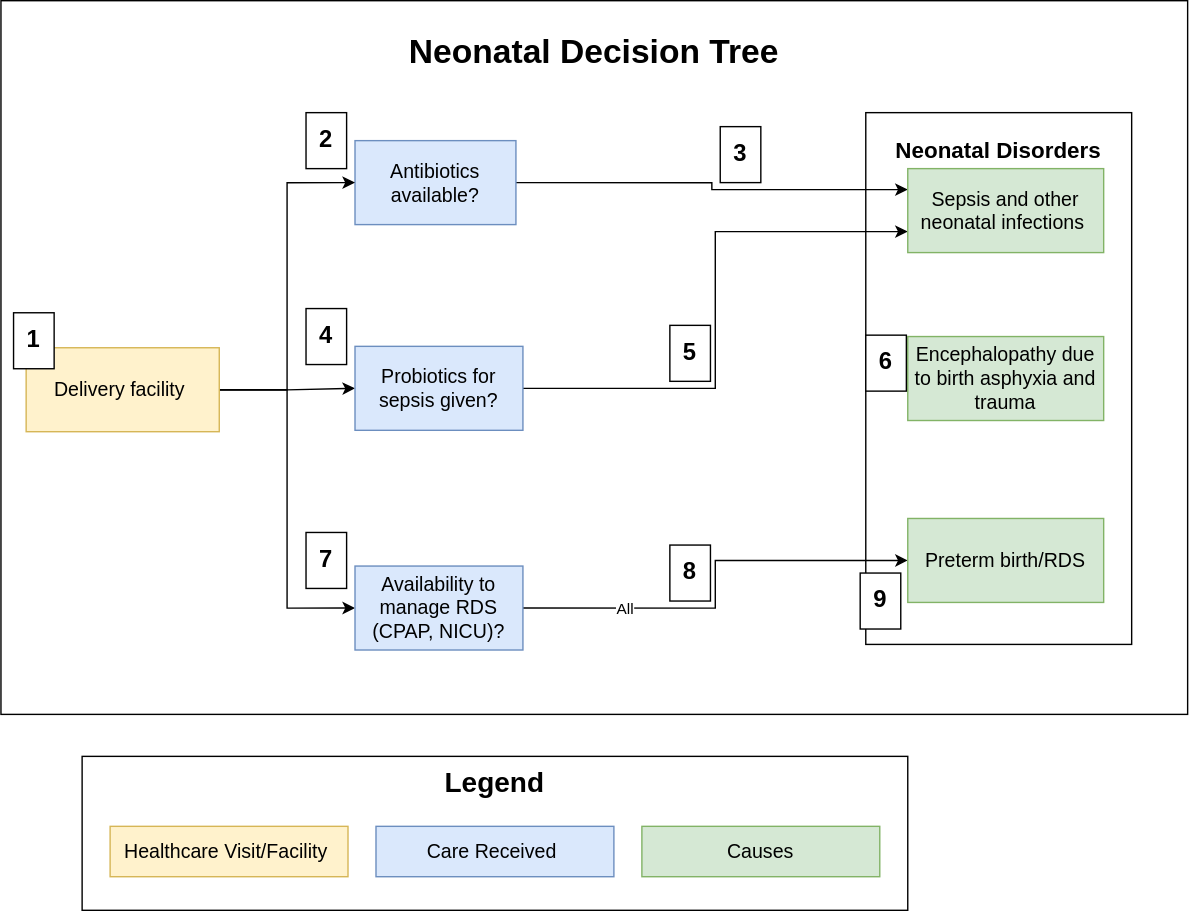
Above: docs/source/models/concept_models/vivarium_mncnh_portfolio/neonatal_decision_tree_vr.svg in ihmeuw/vivarium_research (draw.io), before the change. Source tidied: cells renumbered, new cells last; positions are measured from the earlier drawing's top-left corner, leaving out a move shared by most shapes. The source it was exported from:
```xml
<mxGraphModel>
  <root>
    <mxCell id="0" />
    <mxCell id="1" parent="0" />
    <mxCell id="2" value="&lt;h1&gt;&lt;font&gt;Neonatal Decision Tree&lt;/font&gt;&lt;/h1&gt;" style="whiteSpace=wrap;html=1;hachureGap=4;fontFamily=Helvetica;horizontal=1;verticalAlign=top;" parent="1" vertex="1">
      <mxGeometry width="848" height="510" as="geometry" />
    </mxCell>
    <mxCell id="3" value="&lt;h1 style=&quot;font-size: 16px;&quot;&gt;&lt;font style=&quot;font-size: 16px;&quot;&gt;Neonatal Disorders&lt;/font&gt;&lt;/h1&gt;" style="whiteSpace=wrap;html=1;hachureGap=4;fontFamily=Helvetica;horizontal=1;verticalAlign=top;fontStyle=0;fontSize=16;" parent="1" vertex="1">
      <mxGeometry x="618" y="80" width="190" height="380" as="geometry" />
    </mxCell>
    <mxCell id="4" style="edgeStyle=orthogonalEdgeStyle;rounded=0;jettySize=auto;html=1;exitX=1;exitY=0.5;exitDx=0;exitDy=0;entryX=0;entryY=0.25;entryDx=0;entryDy=0;" parent="1" edge="1" source="5" target="22">
      <mxGeometry relative="1" as="geometry" />
    </mxCell>
    <mxCell id="5" value="&lt;span style=&quot;font-size: 14px;&quot;&gt;Antibiotics available?&lt;/span&gt;" style="whiteSpace=wrap;html=1;hachureGap=4;fontFamily=Helvetica;fillColor=#dae8fc;strokeColor=#6c8ebf;" parent="1" vertex="1">
      <mxGeometry x="253" y="100" width="115" height="60" as="geometry" />
    </mxCell>
    <mxCell id="6" style="edgeStyle=orthogonalEdgeStyle;rounded=0;jettySize=auto;html=1;exitX=1;exitY=0.5;exitDx=0;exitDy=0;entryX=0;entryY=0.5;entryDx=0;entryDy=0;" parent="1" edge="1" source="9" target="5">
      <mxGeometry relative="1" as="geometry" />
    </mxCell>
    <mxCell id="7" style="edgeStyle=orthogonalEdgeStyle;rounded=0;jettySize=auto;html=1;exitX=1;exitY=0.5;exitDx=0;exitDy=0;entryX=0;entryY=0.5;entryDx=0;entryDy=0;" parent="1" edge="1" source="9" target="11">
      <mxGeometry relative="1" as="geometry" />
    </mxCell>
    <mxCell id="8" style="edgeStyle=orthogonalEdgeStyle;rounded=0;jettySize=auto;html=1;exitX=1;exitY=0.5;exitDx=0;exitDy=0;entryX=0;entryY=0.5;entryDx=0;entryDy=0;" parent="1" edge="1" source="9" target="19">
      <mxGeometry relative="1" as="geometry" />
    </mxCell>
    <mxCell id="9" value="&lt;font style=&quot;font-size: 14px;&quot;&gt;Delivery facility&amp;nbsp;&lt;/font&gt;" style="whiteSpace=wrap;html=1;hachureGap=4;fontFamily=Helvetica;fillColor=#fff2cc;strokeColor=#d6b656;" parent="1" vertex="1">
      <mxGeometry x="18" y="248" width="138" height="60" as="geometry" />
    </mxCell>
    <mxCell id="10" style="edgeStyle=orthogonalEdgeStyle;rounded=0;jettySize=auto;html=1;exitX=1;exitY=0.5;exitDx=0;exitDy=0;entryX=0;entryY=0.75;entryDx=0;entryDy=0;" parent="1" edge="1" source="11" target="22">
      <mxGeometry relative="1" as="geometry" />
    </mxCell>
    <mxCell id="11" value="&lt;span style=&quot;font-size: 14px;&quot;&gt;Probiotics for sepsis given?&lt;/span&gt;" style="whiteSpace=wrap;html=1;hachureGap=4;fontFamily=Helvetica;fillColor=#dae8fc;strokeColor=#6c8ebf;" parent="1" vertex="1">
      <mxGeometry x="253" y="247" width="120" height="60" as="geometry" />
    </mxCell>
    <mxCell id="12" style="group;" parent="1" vertex="1">
      <mxGeometry x="58" y="540" width="778" height="110" as="geometry" />
    </mxCell>
    <mxCell id="13" value="&lt;div&gt;&lt;font style=&quot;&quot; size=&quot;1&quot;&gt;&lt;b style=&quot;font-size: 20px;&quot;&gt;Legend&lt;/b&gt;&lt;/font&gt;&lt;/div&gt;" style="whiteSpace=wrap;html=1;hachureGap=4;fontFamily=Helvetica;horizontal=1;verticalAlign=top;" parent="12" vertex="1">
      <mxGeometry width="590" height="110" as="geometry" />
    </mxCell>
    <mxCell id="14" value="&lt;font style=&quot;font-size: 14px;&quot;&gt;Healthcare Visit/Facility&amp;nbsp;&lt;/font&gt;" style="whiteSpace=wrap;html=1;hachureGap=4;fontFamily=Helvetica;fillColor=#fff2cc;strokeColor=#d6b656;" parent="12" vertex="1">
      <mxGeometry x="20" y="50" width="170" height="36" as="geometry" />
    </mxCell>
    <mxCell id="15" value="&lt;font style=&quot;font-size: 14px;&quot;&gt;Care Received&amp;nbsp;&lt;/font&gt;" style="whiteSpace=wrap;html=1;hachureGap=4;fontFamily=Helvetica;fillColor=#dae8fc;strokeColor=#6c8ebf;" parent="12" vertex="1">
      <mxGeometry x="210" y="50" width="170" height="36" as="geometry" />
    </mxCell>
    <mxCell id="16" value="&lt;span style=&quot;font-size: 14px;&quot;&gt;Causes&lt;/span&gt;" style="whiteSpace=wrap;html=1;hachureGap=4;fontFamily=Helvetica;fillColor=#d5e8d4;strokeColor=#82b366;" parent="12" vertex="1">
      <mxGeometry x="400" y="50" width="170" height="36" as="geometry" />
    </mxCell>
    <mxCell id="17" style="edgeStyle=orthogonalEdgeStyle;rounded=0;jettySize=auto;html=1;exitX=1;exitY=0.5;exitDx=0;exitDy=0;entryX=0;entryY=0.5;entryDx=0;entryDy=0;" parent="1" edge="1" source="19" target="20">
      <mxGeometry relative="1" as="geometry" />
    </mxCell>
    <mxCell id="18" value="All" style="edgeLabel;html=1;align=center;verticalAlign=middle;" parent="17" vertex="1">
      <mxGeometry x="-0.54" relative="1" as="geometry">
        <mxPoint x="1" as="offset" />
      </mxGeometry>
    </mxCell>
    <mxCell id="19" value="&lt;span style=&quot;font-size: 14px;&quot;&gt;Availability to manage RDS (CPAP, NICU)?&lt;/span&gt;" style="whiteSpace=wrap;html=1;hachureGap=4;fontFamily=Helvetica;fillColor=#dae8fc;strokeColor=#6c8ebf;" parent="1" vertex="1">
      <mxGeometry x="253" y="404" width="120" height="60" as="geometry" />
    </mxCell>
    <mxCell id="20" value="&lt;font style=&quot;font-size: 14px;&quot;&gt;Preterm birth/RDS&lt;/font&gt;" style="whiteSpace=wrap;html=1;hachureGap=4;fontFamily=Helvetica;fillColor=#d5e8d4;strokeColor=#82b366;" parent="1" vertex="1">
      <mxGeometry x="648" y="370" width="140" height="60" as="geometry" />
    </mxCell>
    <mxCell id="21" value="&lt;font style=&quot;font-size: 14px;&quot;&gt;Encephalopathy due to birth asphyxia and trauma&lt;/font&gt;" style="whiteSpace=wrap;html=1;hachureGap=4;fontFamily=Helvetica;fillColor=#d5e8d4;strokeColor=#82b366;" parent="1" vertex="1">
      <mxGeometry x="648" y="240" width="140" height="60" as="geometry" />
    </mxCell>
    <mxCell id="22" value="&lt;font style=&quot;font-size: 14px;&quot;&gt;Sepsis and other neonatal infections&amp;nbsp;&lt;/font&gt;" style="whiteSpace=wrap;html=1;hachureGap=4;fontFamily=Helvetica;fillColor=#d5e8d4;strokeColor=#82b366;" parent="1" vertex="1">
      <mxGeometry x="648" y="120" width="140" height="60" as="geometry" />
    </mxCell>
    <mxCell id="23" value="&lt;b&gt;&lt;font style=&quot;font-size: 17px;&quot;&gt;1&lt;/font&gt;&lt;/b&gt;" style="whiteSpace=wrap;html=1;hachureGap=4;fontFamily=Helvetica;" parent="1" vertex="1">
      <mxGeometry x="9" y="223" width="29" height="40" as="geometry" />
    </mxCell>
    <mxCell id="24" value="&lt;b&gt;&lt;font style=&quot;font-size: 17px;&quot;&gt;2&lt;/font&gt;&lt;/b&gt;" style="whiteSpace=wrap;html=1;hachureGap=4;fontFamily=Helvetica;" parent="1" vertex="1">
      <mxGeometry x="218" y="80" width="29" height="40" as="geometry" />
    </mxCell>
    <mxCell id="25" value="&lt;b&gt;&lt;font style=&quot;font-size: 17px;&quot;&gt;4&lt;/font&gt;&lt;/b&gt;" style="whiteSpace=wrap;html=1;hachureGap=4;fontFamily=Helvetica;" parent="1" vertex="1">
      <mxGeometry x="218" y="220" width="29" height="40" as="geometry" />
    </mxCell>
    <mxCell id="26" value="&lt;b&gt;&lt;font style=&quot;font-size: 17px;&quot;&gt;7&lt;/font&gt;&lt;/b&gt;" style="whiteSpace=wrap;html=1;hachureGap=4;fontFamily=Helvetica;" parent="1" vertex="1">
      <mxGeometry x="218" y="380" width="29" height="40" as="geometry" />
    </mxCell>
    <mxCell id="27" value="&lt;b&gt;&lt;font style=&quot;font-size: 17px;&quot;&gt;3&lt;/font&gt;&lt;/b&gt;" style="whiteSpace=wrap;html=1;hachureGap=4;fontFamily=Helvetica;" parent="1" vertex="1">
      <mxGeometry x="514" y="90" width="29" height="40" as="geometry" />
    </mxCell>
    <mxCell id="28" value="&lt;b&gt;&lt;font style=&quot;font-size: 17px;&quot;&gt;5&lt;/font&gt;&lt;/b&gt;" style="whiteSpace=wrap;html=1;hachureGap=4;fontFamily=Helvetica;" parent="1" vertex="1">
      <mxGeometry x="478" y="232" width="29" height="40" as="geometry" />
    </mxCell>
    <mxCell id="29" value="&lt;b&gt;&lt;font style=&quot;font-size: 17px;&quot;&gt;6&lt;/font&gt;&lt;/b&gt;" style="whiteSpace=wrap;html=1;hachureGap=4;fontFamily=Helvetica;" parent="1" vertex="1">
      <mxGeometry x="618" y="239" width="29" height="40" as="geometry" />
    </mxCell>
    <mxCell id="30" value="&lt;b&gt;&lt;font style=&quot;font-size: 17px;&quot;&gt;8&lt;/font&gt;&lt;/b&gt;" style="whiteSpace=wrap;html=1;hachureGap=4;fontFamily=Helvetica;" parent="1" vertex="1">
      <mxGeometry x="478" y="389" width="29" height="40" as="geometry" />
    </mxCell>
    <mxCell id="31" value="&lt;b&gt;&lt;font style=&quot;font-size: 17px;&quot;&gt;9&lt;/font&gt;&lt;/b&gt;" style="whiteSpace=wrap;html=1;hachureGap=4;fontFamily=Helvetica;" parent="1" vertex="1">
      <mxGeometry x="614" y="409" width="29" height="40" as="geometry" />
    </mxCell>
  </root>
</mxGraphModel>
```
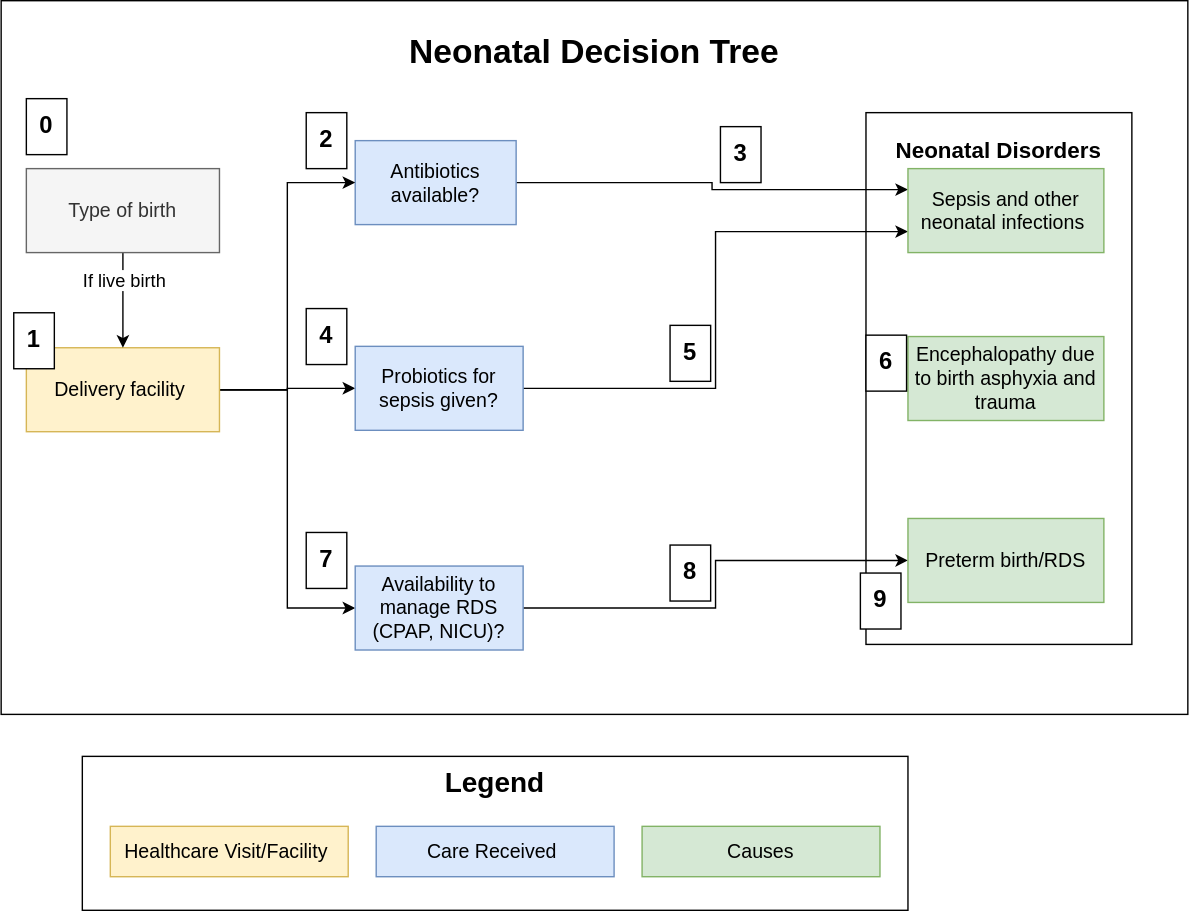
After the commit.

What changed in the source:
```diff
@@ -50,11 +50,6 @@
     <mxCell id="17" style="edgeStyle=orthogonalEdgeStyle;rounded=0;jettySize=auto;html=1;exitX=1;exitY=0.5;exitDx=0;exitDy=0;entryX=0;entryY=0.5;entryDx=0;entryDy=0;" parent="1" edge="1" source="19" target="20">
       <mxGeometry relative="1" as="geometry" />
     </mxCell>
-    <mxCell id="18" value="All" style="edgeLabel;html=1;align=center;verticalAlign=middle;" parent="17" vertex="1">
-      <mxGeometry x="-0.54" relative="1" as="geometry">
-        <mxPoint x="1" as="offset" />
-      </mxGeometry>
-    </mxCell>
     <mxCell id="19" value="&lt;span style=&quot;font-size: 14px;&quot;&gt;Availability to manage RDS (CPAP, NICU)?&lt;/span&gt;" style="whiteSpace=wrap;html=1;hachureGap=4;fontFamily=Helvetica;fillColor=#dae8fc;strokeColor=#6c8ebf;" parent="1" vertex="1">
       <mxGeometry x="253" y="404" width="120" height="60" as="geometry" />
     </mxCell>
@@ -94,5 +89,17 @@
     <mxCell id="31" value="&lt;b&gt;&lt;font style=&quot;font-size: 17px;&quot;&gt;9&lt;/font&gt;&lt;/b&gt;" style="whiteSpace=wrap;html=1;hachureGap=4;fontFamily=Helvetica;" parent="1" vertex="1">
       <mxGeometry x="614" y="409" width="29" height="40" as="geometry" />
     </mxCell>
+    <mxCell id="32" style="edgeStyle=orthogonalEdgeStyle;rounded=0;jettySize=auto;html=1;exitX=0.5;exitY=1;exitDx=0;exitDy=0;entryX=0.5;entryY=0;entryDx=0;entryDy=0;" parent="1" edge="1" source="34" target="9">
+      <mxGeometry relative="1" as="geometry" />
+    </mxCell>
+    <mxCell id="33" value="&lt;font style=&quot;font-size: 13px;&quot;&gt;If live birth&lt;/font&gt;" style="edgeLabel;html=1;align=center;verticalAlign=middle;" parent="32" vertex="1">
+      <mxGeometry x="-0.44" relative="1" as="geometry" />
+    </mxCell>
+    <mxCell id="34" value="&lt;font style=&quot;font-size: 14px;&quot;&gt;Type of birth&lt;/font&gt;" style="whiteSpace=wrap;html=1;hachureGap=4;fontFamily=Helvetica;fillColor=#f5f5f5;strokeColor=#666666;fontColor=#333333;" parent="1" vertex="1">
+      <mxGeometry x="18" y="120" width="138" height="60" as="geometry" />
+    </mxCell>
+    <mxCell id="35" value="&lt;b&gt;&lt;font style=&quot;font-size: 17px;&quot;&gt;0&lt;/font&gt;&lt;/b&gt;" style="whiteSpace=wrap;html=1;hachureGap=4;fontFamily=Helvetica;" parent="1" vertex="1">
+      <mxGeometry x="18" y="70" width="29" height="40" as="geometry" />
+    </mxCell>
   </root>
 </mxGraphModel>
```
